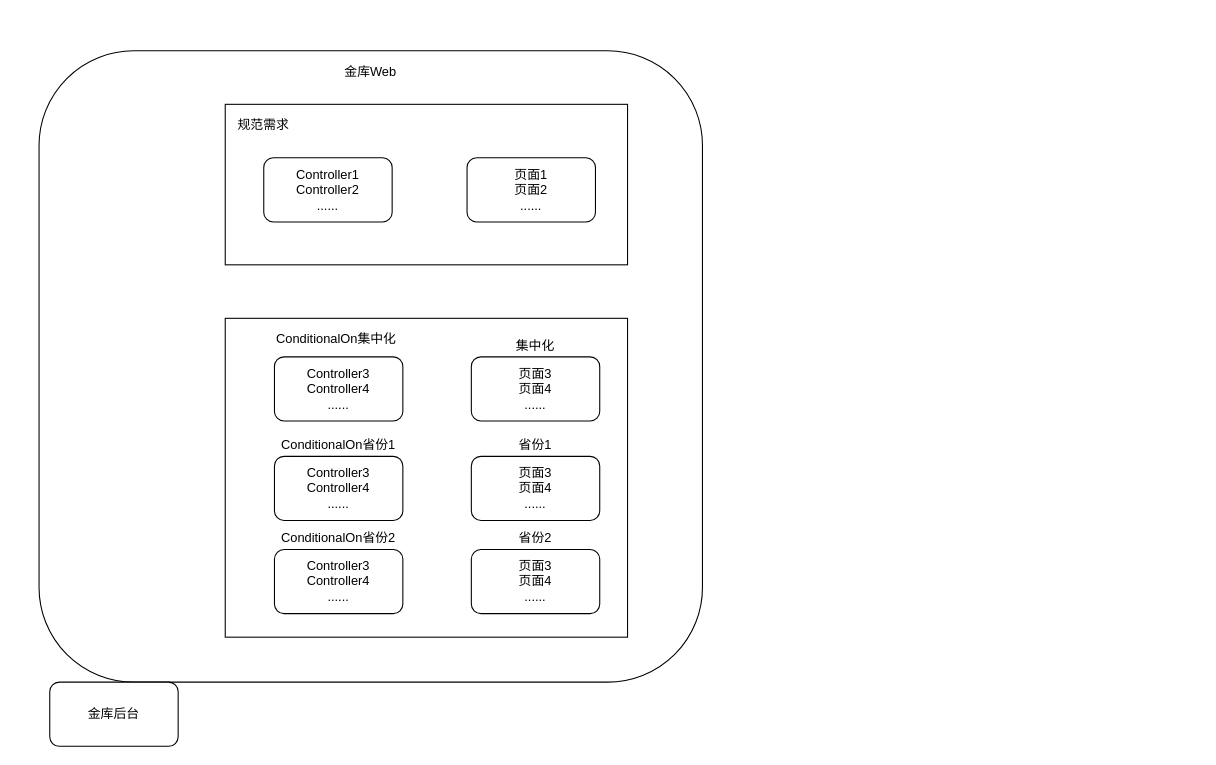
Above: 金库省份开发方案实现.drawio in tsingfeng1987/drawio (draw.io), before the change. Source tidied: cells renumbered, new cells numbered last; positions are measured from the earlier drawing's top-left corner, leaving out a move shared by most shapes. Both pictures are drawn from the tidied source at 107%, with x=0, y=0 at pixel (39, 50).
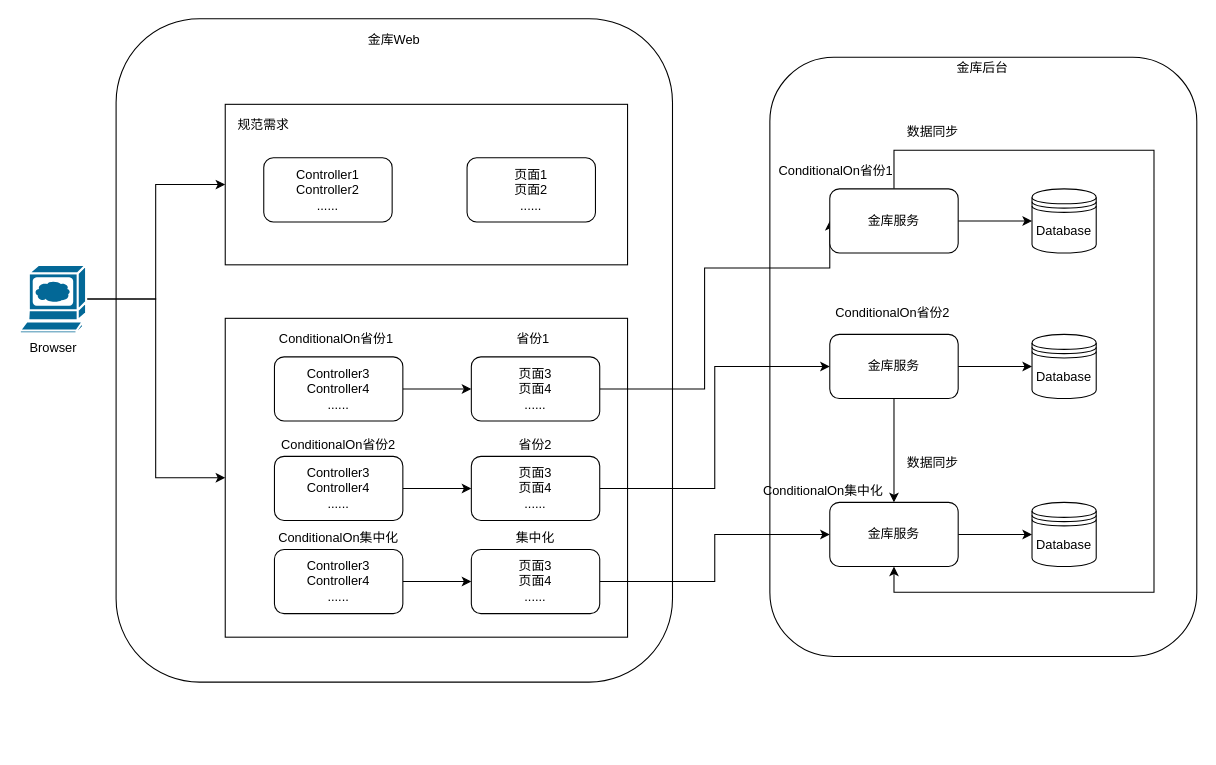
The same page after the edit.

Commit message (it also covers changes not shown here):
Update 金库省份开发方案实现.drawio

Unchanged cells that the change refers to:
```xml
<mxCell id="3" style="rounded=0;whiteSpace=wrap;html=1;" parent="1" vertex="1">
  <mxGeometry x="174" y="250" width="376" height="298" as="geometry" />
</mxCell>
<mxCell id="4" style="rounded=0;whiteSpace=wrap;html=1;" parent="1" vertex="1">
  <mxGeometry x="174" y="50" width="376" height="150" as="geometry" />
</mxCell>
<mxCell id="7" value="页面3&lt;br&gt;页面4&lt;br&gt;......" style="rounded=1;whiteSpace=wrap;html=1;" parent="1" vertex="1">
  <mxGeometry x="404" y="286" width="120" height="60" as="geometry" />
</mxCell>
<mxCell id="9" value="页面3&lt;br&gt;页面4&lt;br&gt;......" style="rounded=1;whiteSpace=wrap;html=1;" parent="1" vertex="1">
  <mxGeometry x="404" y="379" width="120" height="60" as="geometry" />
</mxCell>
<mxCell id="11" value="页面3&lt;br&gt;页面4&lt;br&gt;......" style="rounded=1;whiteSpace=wrap;html=1;" parent="1" vertex="1">
  <mxGeometry x="404" y="466" width="120" height="60" as="geometry" />
</mxCell>
<mxCell id="16" value="Controller3&lt;br&gt;Controller4&lt;br&gt;......" style="rounded=1;whiteSpace=wrap;html=1;" parent="1" vertex="1">
  <mxGeometry x="220" y="286" width="120" height="60" as="geometry" />
</mxCell>
<mxCell id="18" value="Controller3&lt;br&gt;Controller4&lt;br&gt;......" style="rounded=1;whiteSpace=wrap;html=1;" parent="1" vertex="1">
  <mxGeometry x="220" y="379" width="120" height="60" as="geometry" />
</mxCell>
<mxCell id="20" value="Controller3&lt;br&gt;Controller4&lt;br&gt;......" style="rounded=1;whiteSpace=wrap;html=1;" parent="1" vertex="1">
  <mxGeometry x="220" y="466" width="120" height="60" as="geometry" />
</mxCell>
```

The edit, as a diff of the source:
```diff
@@
+    <mxCell id="22" style="rounded=0;whiteSpace=wrap;html=1;" parent="1" vertex="1">
+      <mxGeometry x="693" y="66" width="210" height="390" as="geometry" />
+    </mxCell>
     <mxCell id="2" style="rounded=1;whiteSpace=wrap;html=1;" parent="1" vertex="1">
-      <mxGeometry width="620" height="590" as="geometry" />
+      <mxGeometry x="72" y="-30" width="520" height="620" as="geometry" />
     </mxCell>
@@
-    <mxCell id="5" value="金库后台" style="rounded=1;whiteSpace=wrap;html=1;" parent="1" vertex="1">
-      <mxGeometry x="10" y="590" width="120" height="60" as="geometry" />
+    <mxCell id="5" style="rounded=1;whiteSpace=wrap;html=1;" parent="1" vertex="1">
+      <mxGeometry x="683" y="6" width="399" height="560" as="geometry" />
     </mxCell>
@@
+    <mxCell id="23" style="edgeStyle=orthogonalEdgeStyle;rounded=0;jettySize=auto;html=1;entryX=0;entryY=0.5;entryDx=0;entryDy=0;" parent="1" edge="1" source="7" target="34">
+      <mxGeometry relative="1" as="geometry">
+        <Array as="points">
+          <mxPoint x="622" y="316" />
+          <mxPoint x="622" y="203" />
+          <mxPoint x="739" y="203" />
+        </Array>
+      </mxGeometry>
+    </mxCell>
@@
-    <mxCell id="8" value="集中化" style="text;html=1;strokeColor=none;fillColor=none;align=center;verticalAlign=middle;whiteSpace=wrap;rounded=0;" parent="1" vertex="1">
-      <mxGeometry x="444" y="266" width="40" height="20" as="geometry" />
-    </mxCell>
+    <mxCell id="24" style="edgeStyle=orthogonalEdgeStyle;rounded=0;jettySize=auto;html=1;entryX=0;entryY=0.5;entryDx=0;entryDy=0;" parent="1" edge="1" source="9" target="38">
+      <mxGeometry relative="1" as="geometry" />
+    </mxCell>
@@
-    <mxCell id="10" value="省份1" style="text;html=1;strokeColor=none;fillColor=none;align=center;verticalAlign=middle;whiteSpace=wrap;rounded=0;" parent="1" vertex="1">
+    <mxCell id="10" value="省份2" style="text;html=1;strokeColor=none;fillColor=none;align=center;verticalAlign=middle;whiteSpace=wrap;rounded=0;" parent="1" vertex="1">
       <mxGeometry x="444" y="359" width="40" height="20" as="geometry" />
     </mxCell>
+    <mxCell id="25" style="edgeStyle=orthogonalEdgeStyle;rounded=0;jettySize=auto;html=1;entryX=0;entryY=0.5;entryDx=0;entryDy=0;" parent="1" edge="1" source="11" target="41">
+      <mxGeometry relative="1" as="geometry" />
+    </mxCell>
@@
-    <mxCell id="12" value="省份2" style="text;html=1;strokeColor=none;fillColor=none;align=center;verticalAlign=middle;whiteSpace=wrap;rounded=0;" parent="1" vertex="1">
+    <mxCell id="12" value="集中化" style="text;html=1;strokeColor=none;fillColor=none;align=center;verticalAlign=middle;whiteSpace=wrap;rounded=0;" parent="1" vertex="1">
       <mxGeometry x="444" y="446" width="40" height="20" as="geometry" />
     </mxCell>
@@
     <mxCell id="14" value="金库Web" style="text;html=1;strokeColor=none;fillColor=none;align=center;verticalAlign=middle;whiteSpace=wrap;rounded=0;" parent="1" vertex="1">
-      <mxGeometry x="267" y="10" width="86" height="20" as="geometry" />
+      <mxGeometry x="289" y="-20" width="86" height="20" as="geometry" />
     </mxCell>
@@
+    <mxCell id="26" style="edgeStyle=orthogonalEdgeStyle;rounded=0;jettySize=auto;html=1;entryX=0;entryY=0.5;entryDx=0;entryDy=0;" parent="1" edge="1" source="16" target="7">
+      <mxGeometry relative="1" as="geometry" />
+    </mxCell>
@@
-    <mxCell id="17" value="ConditionalOn集中化" style="text;html=1;strokeColor=none;fillColor=none;align=center;verticalAlign=middle;whiteSpace=wrap;rounded=0;" parent="1" vertex="1">
+    <mxCell id="17" value="ConditionalOn省份1" style="text;html=1;strokeColor=none;fillColor=none;align=center;verticalAlign=middle;whiteSpace=wrap;rounded=0;" parent="1" vertex="1">
       <mxGeometry x="203" y="260" width="150" height="20" as="geometry" />
     </mxCell>
+    <mxCell id="27" style="edgeStyle=orthogonalEdgeStyle;rounded=0;jettySize=auto;html=1;" parent="1" edge="1" source="18" target="9">
+      <mxGeometry relative="1" as="geometry" />
+    </mxCell>
@@
-    <mxCell id="19" value="ConditionalOn省份1" style="text;html=1;strokeColor=none;fillColor=none;align=center;verticalAlign=middle;whiteSpace=wrap;rounded=0;" parent="1" vertex="1">
+    <mxCell id="19" value="ConditionalOn省份2" style="text;html=1;strokeColor=none;fillColor=none;align=center;verticalAlign=middle;whiteSpace=wrap;rounded=0;" parent="1" vertex="1">
       <mxGeometry x="220" y="359" width="120" height="20" as="geometry" />
     </mxCell>
+    <mxCell id="28" style="edgeStyle=orthogonalEdgeStyle;rounded=0;jettySize=auto;html=1;" parent="1" edge="1" source="20" target="11">
+      <mxGeometry relative="1" as="geometry" />
+    </mxCell>
@@
-    <mxCell id="21" value="ConditionalOn省份2" style="text;html=1;strokeColor=none;fillColor=none;align=center;verticalAlign=middle;whiteSpace=wrap;rounded=0;" parent="1" vertex="1">
+    <mxCell id="21" value="ConditionalOn集中化" style="text;html=1;strokeColor=none;fillColor=none;align=center;verticalAlign=middle;whiteSpace=wrap;rounded=0;" parent="1" vertex="1">
       <mxGeometry x="220" y="446" width="120" height="20" as="geometry" />
     </mxCell>
+    <mxCell id="29" value="金库后台" style="text;html=1;strokeColor=none;fillColor=none;align=center;verticalAlign=middle;whiteSpace=wrap;rounded=0;" parent="1" vertex="1">
+      <mxGeometry x="836" y="6" width="92" height="20" as="geometry" />
+    </mxCell>
+    <mxCell id="30" value="Database" style="shape=datastore;whiteSpace=wrap;html=1;" parent="1" vertex="1">
+      <mxGeometry x="928" y="129" width="60" height="60" as="geometry" />
+    </mxCell>
+    <mxCell id="31" value="省份1" style="text;html=1;strokeColor=none;fillColor=none;align=center;verticalAlign=middle;whiteSpace=wrap;rounded=0;" parent="1" vertex="1">
+      <mxGeometry x="442" y="260" width="40" height="20" as="geometry" />
+    </mxCell>
+    <mxCell id="32" style="edgeStyle=orthogonalEdgeStyle;rounded=0;jettySize=auto;html=1;" parent="1" edge="1" source="34" target="30">
+      <mxGeometry relative="1" as="geometry" />
+    </mxCell>
+    <mxCell id="33" style="edgeStyle=orthogonalEdgeStyle;rounded=0;jettySize=auto;html=1;entryX=0.5;entryY=1;entryDx=0;entryDy=0;exitX=0.5;exitY=0;exitDx=0;exitDy=0;" parent="1" edge="1" source="34" target="41">
+      <mxGeometry relative="1" as="geometry">
+        <Array as="points">
+          <mxPoint x="799" y="93" />
+          <mxPoint x="1042" y="93" />
+          <mxPoint x="1042" y="506" />
+          <mxPoint x="799" y="506" />
+        </Array>
+      </mxGeometry>
+    </mxCell>
+    <mxCell id="34" value="金库服务" style="rounded=1;whiteSpace=wrap;html=1;" parent="1" vertex="1">
+      <mxGeometry x="739" y="129" width="120" height="60" as="geometry" />
+    </mxCell>
+    <mxCell id="35" value="ConditionalOn省份1" style="text;html=1;strokeColor=none;fillColor=none;align=center;verticalAlign=middle;whiteSpace=wrap;rounded=0;" parent="1" vertex="1">
+      <mxGeometry x="670" y="103" width="150" height="20" as="geometry" />
+    </mxCell>
+    <mxCell id="36" style="edgeStyle=orthogonalEdgeStyle;rounded=0;jettySize=auto;html=1;" parent="1" edge="1" source="38" target="43">
+      <mxGeometry relative="1" as="geometry" />
+    </mxCell>
+    <mxCell id="37" style="edgeStyle=orthogonalEdgeStyle;rounded=0;jettySize=auto;html=1;" parent="1" edge="1" source="38" target="41">
+      <mxGeometry relative="1" as="geometry" />
+    </mxCell>
+    <mxCell id="38" value="金库服务" style="rounded=1;whiteSpace=wrap;html=1;" parent="1" vertex="1">
+      <mxGeometry x="739" y="265" width="120" height="60" as="geometry" />
+    </mxCell>
+    <mxCell id="39" value="ConditionalOn省份2" style="text;html=1;strokeColor=none;fillColor=none;align=center;verticalAlign=middle;whiteSpace=wrap;rounded=0;" parent="1" vertex="1">
+      <mxGeometry x="738" y="235" width="120" height="20" as="geometry" />
+    </mxCell>
+    <mxCell id="40" style="edgeStyle=orthogonalEdgeStyle;rounded=0;jettySize=auto;html=1;" parent="1" edge="1" source="41" target="44">
+      <mxGeometry relative="1" as="geometry" />
+    </mxCell>
+    <mxCell id="41" value="金库服务" style="rounded=1;whiteSpace=wrap;html=1;" parent="1" vertex="1">
+      <mxGeometry x="739" y="422" width="120" height="60" as="geometry" />
+    </mxCell>
+    <mxCell id="42" value="ConditionalOn集中化" style="text;html=1;strokeColor=none;fillColor=none;align=center;verticalAlign=middle;whiteSpace=wrap;rounded=0;" parent="1" vertex="1">
+      <mxGeometry x="673" y="402" width="120" height="20" as="geometry" />
+    </mxCell>
+    <mxCell id="43" value="&lt;span&gt;Database&lt;/span&gt;" style="shape=datastore;whiteSpace=wrap;html=1;" parent="1" vertex="1">
+      <mxGeometry x="928" y="265" width="60" height="60" as="geometry" />
+    </mxCell>
+    <mxCell id="44" value="&lt;span&gt;Database&lt;/span&gt;" style="shape=datastore;whiteSpace=wrap;html=1;" parent="1" vertex="1">
+      <mxGeometry x="928" y="422" width="60" height="60" as="geometry" />
+    </mxCell>
+    <mxCell id="45" style="edgeStyle=orthogonalEdgeStyle;rounded=0;jettySize=auto;html=1;entryX=0;entryY=0.5;entryDx=0;entryDy=0;" parent="1" edge="1" source="47" target="4">
+      <mxGeometry relative="1" as="geometry" />
+    </mxCell>
+    <mxCell id="46" style="edgeStyle=orthogonalEdgeStyle;rounded=0;jettySize=auto;html=1;" parent="1" edge="1" source="47" target="3">
+      <mxGeometry relative="1" as="geometry" />
+    </mxCell>
+    <mxCell id="47" value="Browser" style="shape=mxgraph.cisco.computers_and_peripherals.web_browser;html=1;dashed=0;fillColor=#036897;strokeColor=#ffffff;strokeWidth=2;verticalLabelPosition=bottom;verticalAlign=top;align=center;outlineConnect=0;" parent="1" vertex="1">
+      <mxGeometry x="-18" y="200" width="62" height="64" as="geometry" />
+    </mxCell>
+    <mxCell id="48" value="数据同步" style="text;html=1;strokeColor=none;fillColor=none;align=center;verticalAlign=middle;whiteSpace=wrap;rounded=0;" parent="1" vertex="1">
+      <mxGeometry x="803" y="375" width="65" height="20" as="geometry" />
+    </mxCell>
+    <mxCell id="49" value="数据同步" style="text;html=1;strokeColor=none;fillColor=none;align=center;verticalAlign=middle;whiteSpace=wrap;rounded=0;" parent="1" vertex="1">
+      <mxGeometry x="803" y="66" width="65" height="20" as="geometry" />
+    </mxCell>
```
